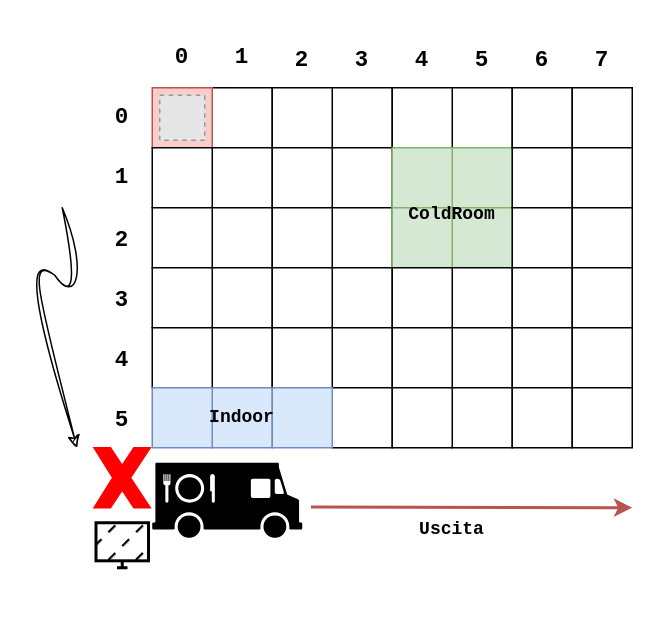
Earlier version of the draw.io diagram Sprint0/userDocs/resources/draw/requestRejected.drawio (LEOB3TA/ColdStorageService-Project). Source tidied: cells renumbered, new cells numbered last; positions are measured from the earlier drawing's top-left corner, leaving out a move shared by most shapes. Both pictures are drawn from the tidied source at 150%, with x=0, y=0 at pixel (16, 27). Pictures stored in the file or linked from it are replaced by grey dashed boxes.
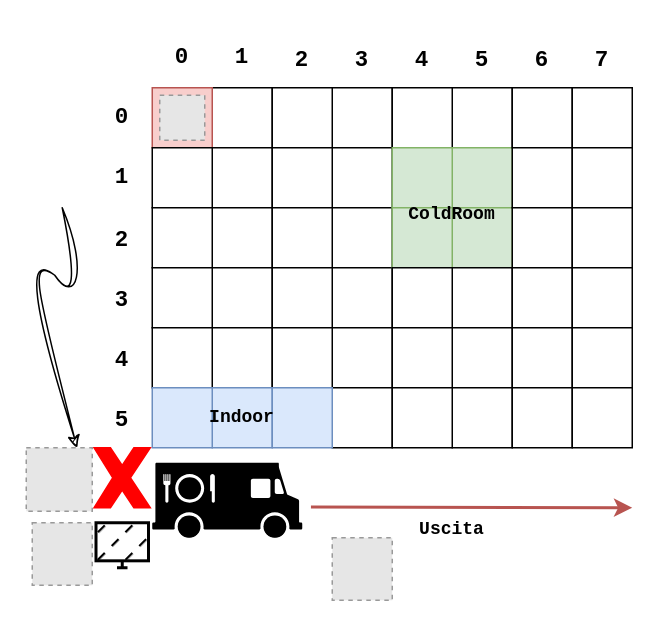
Above is the later version.

What changed in the source:
```diff
@@
+    <mxCell id="74" style="fillColor=#E6E6E6;strokeColor=#999999;dashed=1;verticalLabelPosition=bottom;labelBackgroundColor=default;verticalAlign=top;" parent="1" vertex="1">
+      <mxGeometry x="210" y="340" width="40" height="41.7" as="geometry" />
+    </mxCell>
+    <mxCell id="75" style="fillColor=#E6E6E6;strokeColor=#999999;dashed=1;verticalLabelPosition=bottom;labelBackgroundColor=default;verticalAlign=top;" parent="1" vertex="1">
+      <mxGeometry x="6" y="280" width="44" height="42.4" as="geometry" />
+    </mxCell>
+    <mxCell id="76" style="fillColor=#E6E6E6;strokeColor=#999999;dashed=1;verticalLabelPosition=bottom;labelBackgroundColor=default;verticalAlign=top;" parent="1" vertex="1">
+      <mxGeometry x="10" y="330" width="40" height="41.7" as="geometry" />
+    </mxCell>
```
